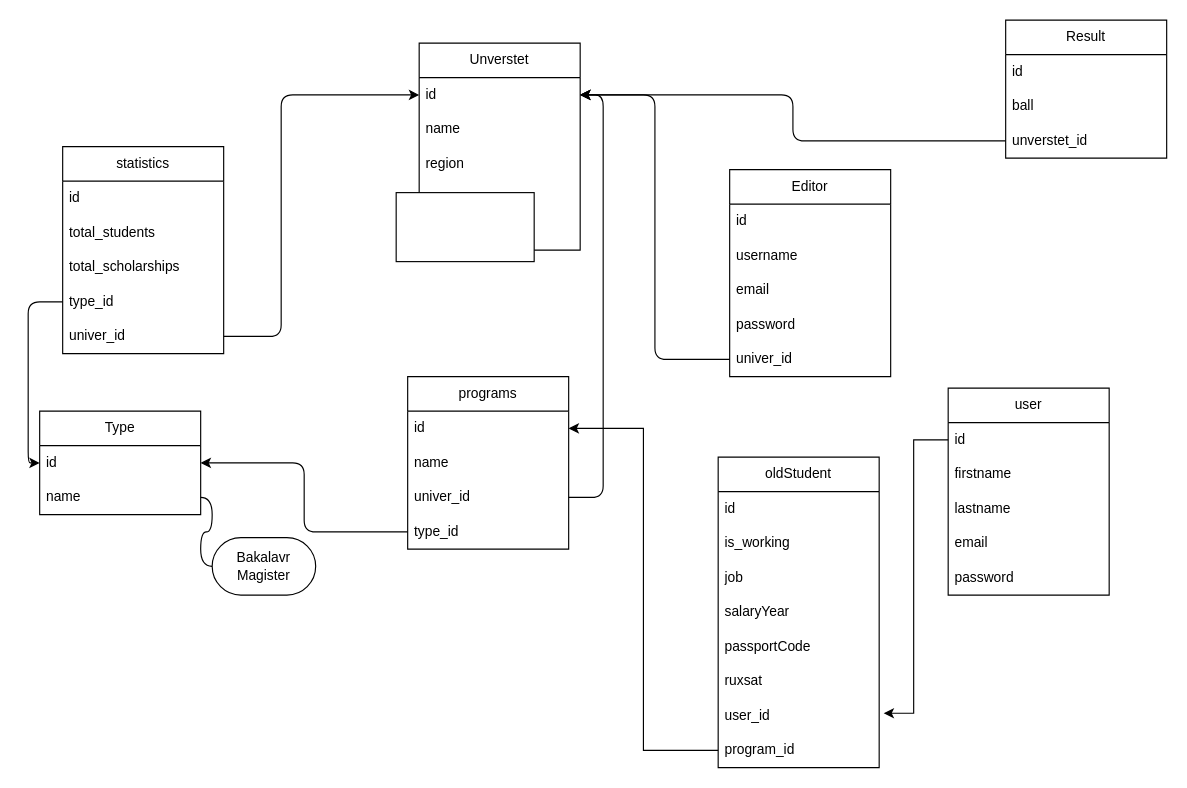
Earlier version of the draw.io diagram diogram.drawio (200298Temur/Unverstet-status). Source tidied: cells renumbered, new cells numbered last; positions are measured from the earlier drawing's top-left corner, leaving out a move shared by most shapes. Both pictures are drawn from the tidied source at 115%, with x=0, y=0 at pixel (39, 20).
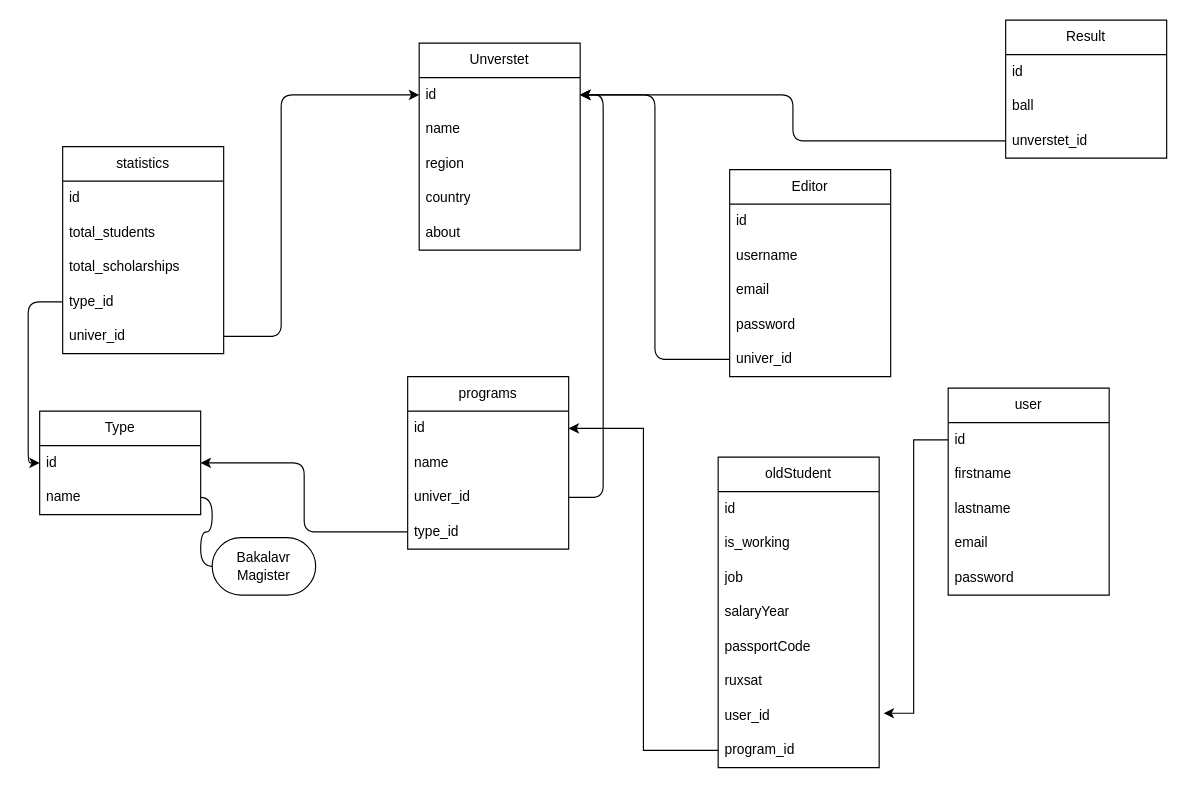
The same page after the edit.

Diff of the diagram source:
```diff
@@
-    <mxCell id="57" style="whiteSpace=wrap;html=1;" parent="1" vertex="1">
-      <mxGeometry x="310" y="150" width="120" height="60" as="geometry" />
-    </mxCell>
```
